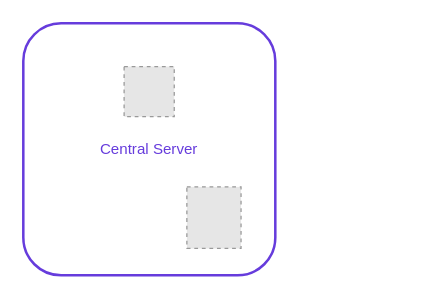
Before: doc/Manuals/img/ig-cs_local_db.drawio in nordic-institute/X-Road, a draw.io diagram. Source tidied: cells renumbered, new cells numbered last; positions are measured from the earlier drawing's top-left corner, leaving out a move shared by most shapes. Both pictures are drawn from the tidied source at 126%, with x=0, y=0 at pixel (23, 23). Pictures stored in the file or linked from it are replaced by grey dashed boxes.
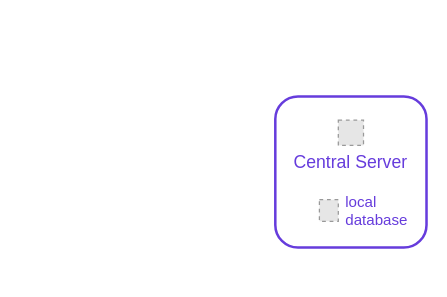
The same diagram, later.

The edit, as a diff of the source:
```diff
@@
 <mxGraphModel>
   <root>
     <mxCell id="0" />
     <mxCell id="1" parent="0" />
-    <mxCell id="2" style="group;" parent="1" vertex="1">
-      <mxGeometry width="200" height="200" as="geometry" />
-    </mxCell>
-    <mxCell id="3" value="&lt;font color=&quot;#663cdc&quot;&gt;Central Server&lt;/font&gt;" style="rounded=1;whiteSpace=wrap;html=1;strokeWidth=2;fillColor=none;strokeColor=#663CDC;" parent="2" vertex="1">
-      <mxGeometry width="200" height="200" as="geometry" />
+    <mxCell id="3" value="Central Server&#10;" style="rounded=1;strokeWidth=2;fillColor=none;strokeColor=#663CDC;fontSize=14;fontColor=#663CDC;" parent="1" vertex="1">
+      <mxGeometry x="200" y="58" width="120" height="120" as="geometry" />
     </mxCell>
-    <mxCell id="4" style="fillColor=#E6E6E6;strokeColor=#999999;dashed=1;verticalLabelPosition=bottom;labelBackgroundColor=#ffffff;verticalAlign=top;" parent="2" vertex="1">
-      <mxGeometry x="80" y="34.3" width="39.8" height="39.8" as="geometry" />
-    </mxCell>
-    <mxCell id="5" style="fillColor=#E6E6E6;strokeColor=#999999;dashed=1;verticalLabelPosition=bottom;labelBackgroundColor=#ffffff;verticalAlign=top;fontColor=#9999FF;" parent="2" vertex="1">
-      <mxGeometry x="129.8" y="129.8" width="43" height="48.9" as="geometry" />
-    </mxCell>
+    <mxCell id="6" style="fillColor=#E6E6E6;strokeColor=#999999;dashed=1;verticalLabelPosition=bottom;labelBackgroundColor=#ffffff;verticalAlign=top;fontSize=14;fontColor=#663CDC;" parent="3" vertex="1">
+      <mxGeometry x="50" y="18.9" width="20" height="20" as="geometry" />
+    </mxCell>
+    <mxCell id="7" value="local&#10;database" style="fillColor=#E6E6E6;strokeColor=#999999;dashed=1;verticalLabelPosition=middle;labelBackgroundColor=#ffffff;verticalAlign=middle;fontSize=12;labelPosition=right;align=left;spacing=6;fontColor=#663CDC;" parent="3" vertex="1">
+      <mxGeometry x="35" y="82" width="15" height="17.1" as="geometry" />
+    </mxCell>
+    <mxCell id="8" style="edgeStyle=orthogonalEdgeStyle;rounded=0;orthogonalLoop=1;jettySize=auto;exitX=0.5;exitY=1;exitDx=0;exitDy=0;endArrow=none;endFill=0;fontSize=14;fontColor=#663CDC;" parent="1" edge="1" source="3" target="3">
+      <mxGeometry relative="1" as="geometry" />
+    </mxCell>
   </root>
 </mxGraphModel>
```
